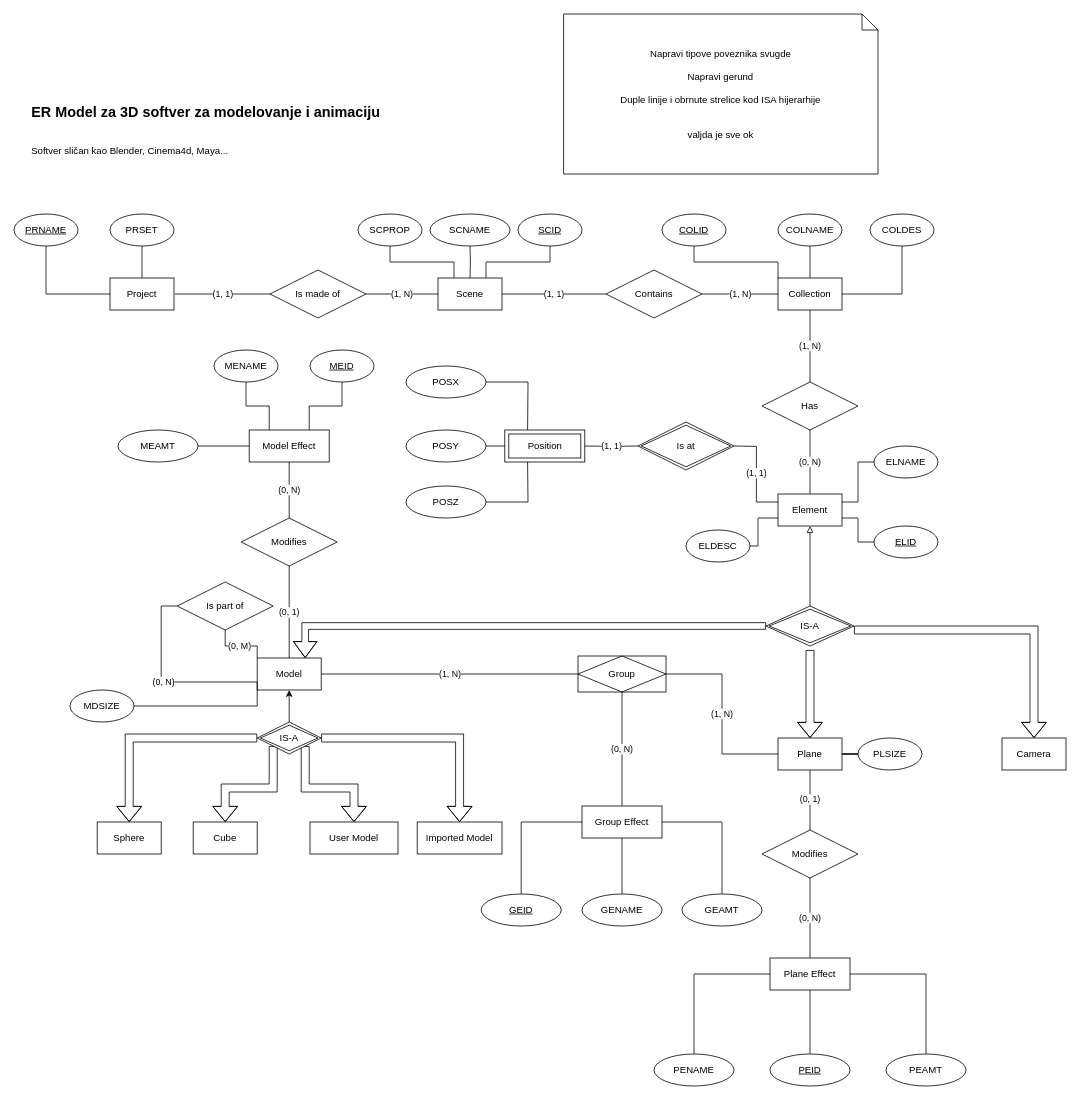
This is 3d_Softw_ER_Model.drawio from Ikkjo/3d-modeling-db, a draw.io file, before an edit. Source tidied: cells renumbered, new cells numbered last; positions are measured from the earlier drawing's top-left corner, leaving out a move shared by most shapes. Both pictures are drawn from the tidied source at 80%, with x=0, y=0 at pixel (14, 14).
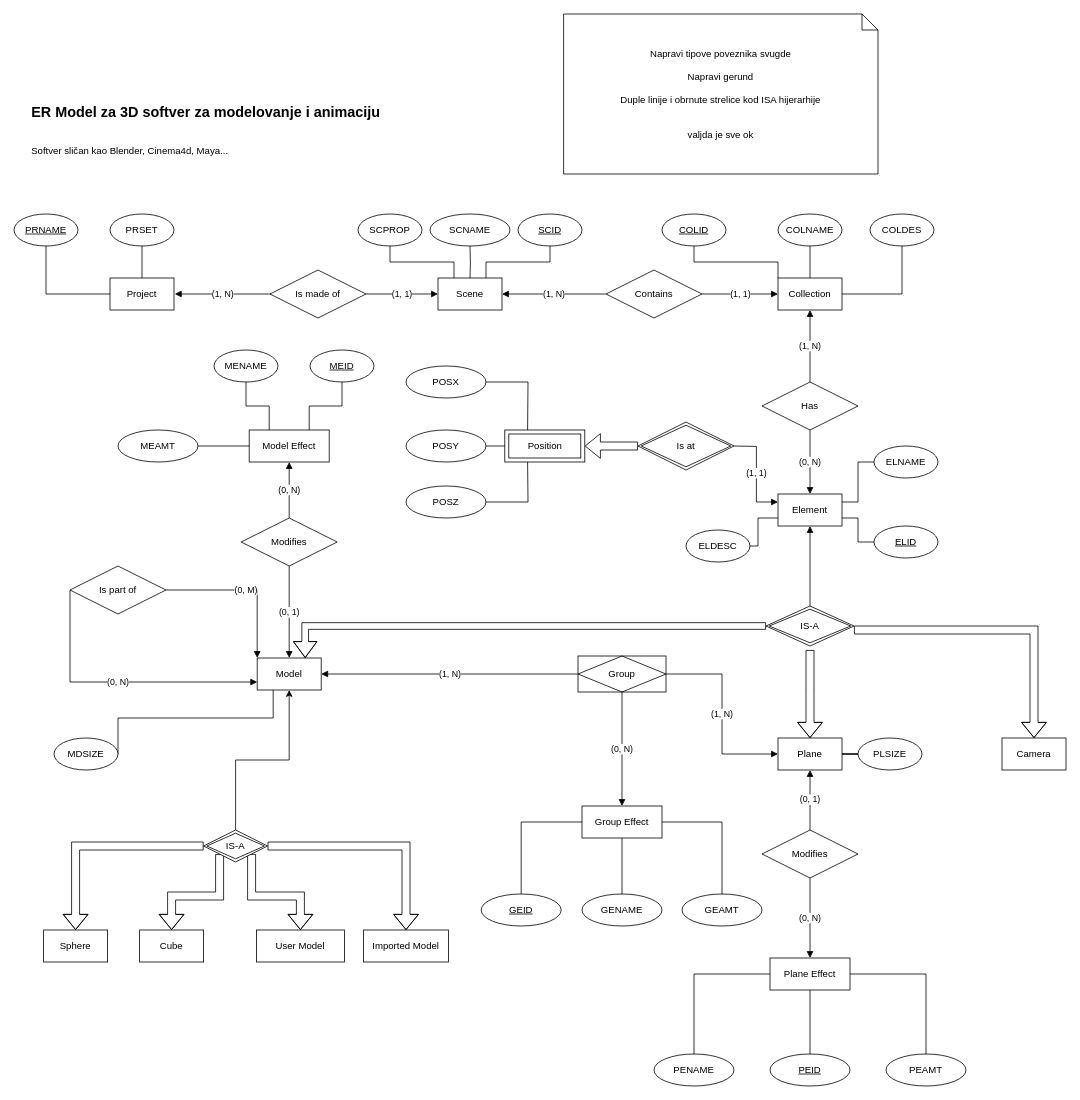
The same diagram, later.

The change refers to these unchanged cells:
```xml
<mxCell id="6" value="Scene" style="whiteSpace=wrap;html=1;align=center;" parent="1" vertex="1">
  <mxGeometry x="530" y="330" width="80" height="40" as="geometry" />
</mxCell>
<mxCell id="16" value="Model" style="whiteSpace=wrap;html=1;align=center;" parent="1" vertex="1">
  <mxGeometry x="304" y="805" width="80" height="40" as="geometry" />
</mxCell>
<mxCell id="36" value="Plane" style="whiteSpace=wrap;html=1;align=center;" parent="1" vertex="1">
  <mxGeometry x="955" y="905" width="80" height="40" as="geometry" />
</mxCell>
<mxCell id="39" value="Collection" style="whiteSpace=wrap;html=1;align=center;" parent="1" vertex="1">
  <mxGeometry x="955" y="330" width="80" height="40" as="geometry" />
</mxCell>
<mxCell id="41" value="Element" style="whiteSpace=wrap;html=1;align=center;" parent="1" vertex="1">
  <mxGeometry x="955" y="600" width="80" height="40" as="geometry" />
</mxCell>
<mxCell id="45" value="&lt;div&gt;IS-A&lt;/div&gt;" style="shape=rhombus;double=1;perimeter=rhombusPerimeter;whiteSpace=wrap;html=1;align=center;" parent="1" vertex="1">
  <mxGeometry x="940" y="740" width="110" height="50" as="geometry" />
</mxCell>
<mxCell id="50" value="Is made of" style="shape=rhombus;perimeter=rhombusPerimeter;whiteSpace=wrap;html=1;align=center;" parent="1" vertex="1">
  <mxGeometry x="320" y="320" width="120" height="60" as="geometry" />
</mxCell>
<mxCell id="52" value="Contains" style="shape=rhombus;perimeter=rhombusPerimeter;whiteSpace=wrap;html=1;align=center;" parent="1" vertex="1">
  <mxGeometry x="740" y="320" width="120" height="60" as="geometry" />
</mxCell>
<mxCell id="53" value="Has" style="shape=rhombus;perimeter=rhombusPerimeter;whiteSpace=wrap;html=1;align=center;" parent="1" vertex="1">
  <mxGeometry x="935" y="460" width="120" height="60" as="geometry" />
</mxCell>
<mxCell id="59" value="Group Effect" style="whiteSpace=wrap;html=1;align=center;" parent="1" vertex="1">
  <mxGeometry x="710" y="990" width="100" height="40" as="geometry" />
</mxCell>
<mxCell id="61" value="Group" style="shape=associativeEntity;whiteSpace=wrap;html=1;align=center;" parent="1" vertex="1">
  <mxGeometry x="705" y="802.5" width="110" height="45" as="geometry" />
</mxCell>
<mxCell id="63" value="Plane Effect" style="whiteSpace=wrap;html=1;align=center;" parent="1" vertex="1">
  <mxGeometry x="945" y="1180" width="100" height="40" as="geometry" />
</mxCell>
<mxCell id="64" value="Model Effect" style="whiteSpace=wrap;html=1;align=center;" parent="1" vertex="1">
  <mxGeometry x="294" y="520" width="100" height="40" as="geometry" />
</mxCell>
<mxCell id="67" value="Modifies" style="shape=rhombus;perimeter=rhombusPerimeter;whiteSpace=wrap;html=1;align=center;" parent="1" vertex="1">
  <mxGeometry x="284" y="630" width="120" height="60" as="geometry" />
</mxCell>
<mxCell id="69" value="Modifies" style="shape=rhombus;perimeter=rhombusPerimeter;whiteSpace=wrap;html=1;align=center;" parent="1" vertex="1">
  <mxGeometry x="935" y="1020" width="120" height="60" as="geometry" />
</mxCell>
<mxCell id="91" value="Position" style="shape=ext;margin=3;double=1;whiteSpace=wrap;html=1;align=center;" parent="1" vertex="1">
  <mxGeometry x="613.5" y="520" width="100" height="40" as="geometry" />
</mxCell>
<mxCell id="104" value="Is at" style="shape=rhombus;double=1;perimeter=rhombusPerimeter;whiteSpace=wrap;html=1;align=center;" parent="1" vertex="1">
  <mxGeometry x="780" y="510" width="120" height="60" as="geometry" />
</mxCell>
```

The edit, as a diff of the source:
```diff
@@
-    <mxCell id="4" value="(1, N)" style="edgeStyle=orthogonalEdgeStyle;rounded=0;jettySize=auto;html=1;exitX=0;exitY=0.5;exitDx=0;exitDy=0;entryX=1;entryY=0.5;entryDx=0;entryDy=0;endArrow=none;endFill=0;" parent="1" edge="1" source="6" target="50">
+    <mxCell id="4" value="(1, 1)" style="edgeStyle=orthogonalEdgeStyle;rounded=0;jettySize=auto;html=1;exitX=0;exitY=0.5;exitDx=0;exitDy=0;entryX=1;entryY=0.5;entryDx=0;entryDy=0;endArrow=none;endFill=0;startArrow=block;startFill=1;" parent="1" edge="1" source="6" target="50">
       <mxGeometry relative="1" as="geometry">
         <Array as="points">
           <mxPoint x="490" y="350" />
           <mxPoint x="490" y="350" />
         </Array>
       </mxGeometry>
     </mxCell>
-    <mxCell id="5" value="(1, 1)" style="edgeStyle=orthogonalEdgeStyle;rounded=0;jettySize=auto;html=1;exitX=1;exitY=0.5;exitDx=0;exitDy=0;entryX=0;entryY=0.5;entryDx=0;entryDy=0;endArrow=none;endFill=0;" parent="1" edge="1" source="6" target="52">
+    <mxCell id="5" value="(1, N)" style="edgeStyle=orthogonalEdgeStyle;rounded=0;jettySize=auto;html=1;exitX=1;exitY=0.5;exitDx=0;exitDy=0;entryX=0;entryY=0.5;entryDx=0;entryDy=0;endArrow=none;endFill=0;startArrow=block;startFill=1;" parent="1" edge="1" source="6" target="52">
       <mxGeometry relative="1" as="geometry" />
     </mxCell>
@@
-    <mxCell id="7" value="(1, 1)" style="edgeStyle=orthogonalEdgeStyle;rounded=0;orthogonalLoop=1;jettySize=auto;html=1;exitX=1;exitY=0.5;exitDx=0;exitDy=0;endArrow=none;endFill=0;entryX=0;entryY=0.5;entryDx=0;entryDy=0;" parent="1" edge="1">
+    <mxCell id="7" value="(1, N)" style="edgeStyle=orthogonalEdgeStyle;rounded=0;orthogonalLoop=1;jettySize=auto;html=1;exitX=1;exitY=0.5;exitDx=0;exitDy=0;endArrow=none;endFill=0;entryX=0;entryY=0.5;entryDx=0;entryDy=0;startArrow=block;startFill=1;" parent="1" edge="1">
       <mxGeometry relative="1" as="geometry">
         <mxPoint x="201" y="350" as="sourcePoint" />
         <mxPoint x="321" y="350" as="targetPoint" />
       </mxGeometry>
     </mxCell>
@@
-    <mxCell id="15" value="(1, N)" style="edgeStyle=orthogonalEdgeStyle;rounded=0;jettySize=auto;html=1;exitX=1;exitY=0.5;exitDx=0;exitDy=0;entryX=0;entryY=0.5;entryDx=0;entryDy=0;startArrow=none;startFill=0;endArrow=none;endFill=0;fillColor=none;" parent="1" edge="1" source="16" target="61">
+    <mxCell id="15" value="(1, N)" style="edgeStyle=orthogonalEdgeStyle;rounded=0;jettySize=auto;html=1;exitX=1;exitY=0.5;exitDx=0;exitDy=0;entryX=0;entryY=0.5;entryDx=0;entryDy=0;startArrow=block;startFill=1;endArrow=none;endFill=0;fillColor=none;" parent="1" edge="1" source="16" target="61">
       <mxGeometry relative="1" as="geometry" />
     </mxCell>
@@
     <mxCell id="17" value="Sphere" style="whiteSpace=wrap;html=1;align=center;imageWidth=30;imageHeight=30;" parent="1" vertex="1">
-      <mxGeometry x="104" y="1010" width="80" height="40" as="geometry" />
+      <mxGeometry x="37" y="1145" width="80" height="40" as="geometry" />
     </mxCell>
     <mxCell id="18" value="Cube" style="whiteSpace=wrap;html=1;align=center;imageWidth=30;imageHeight=30;" parent="1" vertex="1">
-      <mxGeometry x="224" y="1010" width="80" height="40" as="geometry" />
+      <mxGeometry x="157" y="1145" width="80" height="40" as="geometry" />
     </mxCell>
@@
     <mxCell id="23" value="&lt;div&gt;IS-A&lt;/div&gt;" style="shape=rhombus;double=1;perimeter=rhombusPerimeter;whiteSpace=wrap;html=1;align=center;" parent="1" vertex="1">
-      <mxGeometry x="304" y="885" width="80" height="40" as="geometry" />
+      <mxGeometry x="237" y="1020" width="80" height="40" as="geometry" />
     </mxCell>
     <mxCell id="24" value="&lt;div&gt;User Model&lt;/div&gt;" style="whiteSpace=wrap;html=1;align=center;imageWidth=30;imageHeight=30;" parent="1" vertex="1">
-      <mxGeometry x="370" y="1010" width="110" height="40" as="geometry" />
+      <mxGeometry x="303" y="1145" width="110" height="40" as="geometry" />
     </mxCell>
     <mxCell id="25" value="&lt;div&gt;Imported Model&lt;/div&gt;" style="whiteSpace=wrap;html=1;align=center;imageWidth=30;imageHeight=30;" parent="1" vertex="1">
-      <mxGeometry x="504" y="1010" width="106" height="40" as="geometry" />
+      <mxGeometry x="437" y="1145" width="106" height="40" as="geometry" />
     </mxCell>
@@
-    <mxCell id="33" style="edgeStyle=orthogonalEdgeStyle;rounded=0;jettySize=auto;html=1;exitX=1;exitY=0.5;exitDx=0;exitDy=0;entryX=0;entryY=0.75;entryDx=0;entryDy=0;endArrow=none;endFill=0;" parent="1" edge="1" source="34" target="16">
+    <mxCell id="33" style="edgeStyle=orthogonalEdgeStyle;rounded=0;jettySize=auto;html=1;exitX=1;exitY=0.5;exitDx=0;exitDy=0;entryX=0.25;entryY=1;entryDx=0;entryDy=0;startArrow=none;startFill=0;endArrow=none;endFill=0;" parent="1" edge="1" source="34" target="16">
       <mxGeometry relative="1" as="geometry">
         <Array as="points">
-          <mxPoint x="304" y="865" />
+          <mxPoint x="130" y="880" />
+          <mxPoint x="324" y="880" />
         </Array>
       </mxGeometry>
     </mxCell>
     <mxCell id="34" value="MDSIZE" style="ellipse;whiteSpace=wrap;html=1;align=center;" parent="1" vertex="1">
-      <mxGeometry x="70" y="845" width="80" height="40" as="geometry" />
+      <mxGeometry x="50" y="905" width="80" height="40" as="geometry" />
     </mxCell>
@@
-    <mxCell id="37" value="(1, N)" style="edgeStyle=orthogonalEdgeStyle;rounded=0;jettySize=auto;html=1;exitX=0.5;exitY=1;exitDx=0;exitDy=0;endArrow=none;endFill=0;" parent="1" edge="1" source="39" target="53">
+    <mxCell id="37" value="(1, N)" style="edgeStyle=orthogonalEdgeStyle;rounded=0;jettySize=auto;html=1;exitX=0.5;exitY=1;exitDx=0;exitDy=0;endArrow=none;endFill=0;startArrow=block;startFill=1;" parent="1" edge="1" source="39" target="53">
       <mxGeometry relative="1" as="geometry" />
     </mxCell>
@@
-    <mxCell id="40" value="(0, N)" style="edgeStyle=orthogonalEdgeStyle;rounded=0;jettySize=auto;html=1;exitX=0.5;exitY=0;exitDx=0;exitDy=0;entryX=0.5;entryY=1;entryDx=0;entryDy=0;endArrow=none;endFill=0;" parent="1" edge="1" source="41" target="53">
+    <mxCell id="40" value="(0, N)" style="edgeStyle=orthogonalEdgeStyle;rounded=0;jettySize=auto;html=1;exitX=0.5;exitY=0;exitDx=0;exitDy=0;entryX=0.5;entryY=1;entryDx=0;entryDy=0;endArrow=none;endFill=0;startArrow=block;startFill=1;" parent="1" edge="1" source="41" target="53">
       <mxGeometry relative="1" as="geometry" />
     </mxCell>
@@
-    <mxCell id="44" style="edgeStyle=orthogonalEdgeStyle;rounded=0;jettySize=auto;html=1;startArrow=none;startFill=0;endArrow=block;endFill=0;fillColor=none;" parent="1" edge="1" source="45" target="41">
+    <mxCell id="44" style="edgeStyle=orthogonalEdgeStyle;rounded=0;jettySize=auto;html=1;startArrow=none;startFill=0;endArrow=block;endFill=1;fillColor=none;" parent="1" edge="1" source="45" target="41">
       <mxGeometry relative="1" as="geometry" />
     </mxCell>
@@
-    <mxCell id="51" value="(1, N)" style="edgeStyle=orthogonalEdgeStyle;rounded=0;jettySize=auto;html=1;exitX=1;exitY=0.5;exitDx=0;exitDy=0;entryX=0;entryY=0.5;entryDx=0;entryDy=0;endArrow=none;endFill=0;" parent="1" edge="1" source="52" target="39">
+    <mxCell id="51" value="(1, 1)" style="edgeStyle=orthogonalEdgeStyle;rounded=0;jettySize=auto;html=1;exitX=1;exitY=0.5;exitDx=0;exitDy=0;entryX=0;entryY=0.5;entryDx=0;entryDy=0;endArrow=block;endFill=1;startArrow=none;startFill=0;" parent="1" edge="1" source="52" target="39">
       <mxGeometry relative="1" as="geometry" />
     </mxCell>
@@
-    <mxCell id="55" value="(0, N)" style="edgeStyle=orthogonalEdgeStyle;rounded=0;jettySize=auto;html=1;exitX=0;exitY=0.5;exitDx=0;exitDy=0;entryX=0;entryY=0.75;entryDx=0;entryDy=0;startArrow=none;startFill=0;endArrow=none;endFill=0;fillColor=none;" parent="1" edge="1" source="57" target="16">
-      <mxGeometry relative="1" as="geometry" />
+    <mxCell id="55" value="(0, N)" style="edgeStyle=orthogonalEdgeStyle;rounded=0;jettySize=auto;html=1;exitX=0;exitY=0.5;exitDx=0;exitDy=0;entryX=0;entryY=0.75;entryDx=0;entryDy=0;startArrow=none;startFill=0;endArrow=block;endFill=1;fillColor=none;" parent="1" edge="1" source="57" target="16">
+      <mxGeometry relative="1" as="geometry">
+        <Array as="points">
+          <mxPoint x="70" y="730" />
+          <mxPoint x="70" y="835" />
+        </Array>
+      </mxGeometry>
     </mxCell>
-    <mxCell id="56" value="(0, M)" style="edgeStyle=orthogonalEdgeStyle;rounded=0;jettySize=auto;html=1;exitX=0.5;exitY=1;exitDx=0;exitDy=0;entryX=0;entryY=0;entryDx=0;entryDy=0;startArrow=none;startFill=0;endArrow=none;endFill=0;fillColor=none;" parent="1" edge="1" source="57" target="16">
+    <mxCell id="56" value="&lt;div&gt;(0, M)&lt;/div&gt;" style="edgeStyle=orthogonalEdgeStyle;rounded=0;jettySize=auto;html=1;exitX=1;exitY=0.5;exitDx=0;exitDy=0;entryX=0;entryY=0;entryDx=0;entryDy=0;startArrow=none;startFill=0;endArrow=block;endFill=1;" parent="1" edge="1" source="57" target="16">
       <mxGeometry relative="1" as="geometry" />
     </mxCell>
     <mxCell id="57" value="Is part of" style="shape=rhombus;perimeter=rhombusPerimeter;whiteSpace=wrap;html=1;align=center;" parent="1" vertex="1">
-      <mxGeometry x="204" y="710" width="120" height="60" as="geometry" />
+      <mxGeometry x="70" y="690" width="120" height="60" as="geometry" />
     </mxCell>
-    <mxCell id="58" value="(0, N)" style="edgeStyle=orthogonalEdgeStyle;rounded=0;jettySize=auto;html=1;exitX=0.5;exitY=0;exitDx=0;exitDy=0;entryX=0.5;entryY=1;entryDx=0;entryDy=0;startArrow=none;startFill=0;endArrow=none;endFill=0;fillColor=none;" parent="1" edge="1" source="59" target="61">
+    <mxCell id="58" value="(0, N)" style="edgeStyle=orthogonalEdgeStyle;rounded=0;jettySize=auto;html=1;exitX=0.5;exitY=0;exitDx=0;exitDy=0;entryX=0.5;entryY=1;entryDx=0;entryDy=0;startArrow=block;startFill=1;endArrow=none;endFill=0;fillColor=none;" parent="1" edge="1" source="59" target="61">
       <mxGeometry relative="1" as="geometry" />
     </mxCell>
@@
-    <mxCell id="60" value="(1, N)" style="edgeStyle=orthogonalEdgeStyle;rounded=0;jettySize=auto;html=1;exitX=1;exitY=0.5;exitDx=0;exitDy=0;entryX=0;entryY=0.5;entryDx=0;entryDy=0;startArrow=none;startFill=0;endArrow=none;endFill=0;fillColor=none;" parent="1" edge="1" source="61" target="36">
+    <mxCell id="60" value="(1, N)" style="edgeStyle=orthogonalEdgeStyle;rounded=0;jettySize=auto;html=1;exitX=1;exitY=0.5;exitDx=0;exitDy=0;entryX=0;entryY=0.5;entryDx=0;entryDy=0;startArrow=none;startFill=0;endArrow=block;endFill=1;fillColor=none;" parent="1" edge="1" source="61" target="36">
       <mxGeometry relative="1" as="geometry" />
     </mxCell>
@@
-    <mxCell id="62" value="(0, N)" style="edgeStyle=orthogonalEdgeStyle;rounded=0;jettySize=auto;html=1;exitX=0.5;exitY=0;exitDx=0;exitDy=0;entryX=0.5;entryY=1;entryDx=0;entryDy=0;startArrow=none;startFill=0;endArrow=none;endFill=0;fillColor=none;" parent="1" edge="1" source="63" target="69">
+    <mxCell id="62" value="(0, N)" style="edgeStyle=orthogonalEdgeStyle;rounded=0;jettySize=auto;html=1;exitX=0.5;exitY=0;exitDx=0;exitDy=0;entryX=0.5;entryY=1;entryDx=0;entryDy=0;startArrow=block;startFill=1;endArrow=none;endFill=0;fillColor=none;" parent="1" edge="1" source="63" target="69">
       <mxGeometry relative="1" as="geometry" />
     </mxCell>
@@
-    <mxCell id="65" value="(0, N)" style="edgeStyle=orthogonalEdgeStyle;rounded=0;jettySize=auto;html=1;exitX=0.5;exitY=0;exitDx=0;exitDy=0;entryX=0.5;entryY=1;entryDx=0;entryDy=0;startArrow=none;startFill=0;endArrow=none;endFill=0;fillColor=none;" parent="1" edge="1" source="67" target="64">
+    <mxCell id="65" value="(0, N)" style="edgeStyle=orthogonalEdgeStyle;rounded=0;jettySize=auto;html=1;exitX=0.5;exitY=0;exitDx=0;exitDy=0;entryX=0.5;entryY=1;entryDx=0;entryDy=0;startArrow=none;startFill=0;endArrow=block;endFill=1;fillColor=none;" parent="1" edge="1" source="67" target="64">
       <mxGeometry relative="1" as="geometry" />
     </mxCell>
-    <mxCell id="66" value="(0, 1)" style="edgeStyle=orthogonalEdgeStyle;rounded=0;jettySize=auto;html=1;exitX=0.5;exitY=1;exitDx=0;exitDy=0;entryX=0.5;entryY=0;entryDx=0;entryDy=0;startArrow=none;startFill=0;endArrow=none;endFill=0;fillColor=none;" parent="1" edge="1" source="67" target="16">
+    <mxCell id="66" value="(0, 1)" style="edgeStyle=orthogonalEdgeStyle;rounded=0;jettySize=auto;html=1;exitX=0.5;exitY=1;exitDx=0;exitDy=0;entryX=0.5;entryY=0;entryDx=0;entryDy=0;startArrow=none;startFill=0;endArrow=block;endFill=1;fillColor=none;" parent="1" edge="1" source="67" target="16">
       <mxGeometry relative="1" as="geometry" />
     </mxCell>
@@
-    <mxCell id="68" value="(0, 1)" style="edgeStyle=orthogonalEdgeStyle;rounded=0;jettySize=auto;html=1;exitX=0.5;exitY=0;exitDx=0;exitDy=0;entryX=0.5;entryY=1;entryDx=0;entryDy=0;startArrow=none;startFill=0;endArrow=none;endFill=0;fillColor=none;" parent="1" edge="1" source="69" target="36">
+    <mxCell id="68" value="(0, 1)" style="edgeStyle=orthogonalEdgeStyle;rounded=0;jettySize=auto;html=1;exitX=0.5;exitY=0;exitDx=0;exitDy=0;entryX=0.5;entryY=1;entryDx=0;entryDy=0;startArrow=none;startFill=0;endArrow=block;endFill=1;fillColor=none;" parent="1" edge="1" source="69" target="36">
       <mxGeometry relative="1" as="geometry" />
     </mxCell>
@@
-    <mxCell id="92" value="(1, 1)" style="edgeStyle=orthogonalEdgeStyle;rounded=0;jettySize=auto;html=1;exitX=0;exitY=0.5;exitDx=0;exitDy=0;startArrow=none;startFill=0;endArrow=none;endFill=0;" parent="1" edge="1" target="91">
-      <mxGeometry relative="1" as="geometry">
-        <mxPoint x="780" y="540" as="sourcePoint" />
-      </mxGeometry>
-    </mxCell>
-    <mxCell id="93" value="(1, 1)" style="edgeStyle=orthogonalEdgeStyle;rounded=0;jettySize=auto;html=1;exitX=1;exitY=0.5;exitDx=0;exitDy=0;entryX=0;entryY=0.25;entryDx=0;entryDy=0;startArrow=none;startFill=0;endArrow=none;endFill=0;" parent="1" edge="1" target="41">
+    <mxCell id="93" value="(1, 1)" style="edgeStyle=orthogonalEdgeStyle;rounded=0;jettySize=auto;html=1;exitX=1;exitY=0.5;exitDx=0;exitDy=0;entryX=0;entryY=0.25;entryDx=0;entryDy=0;startArrow=none;startFill=0;endArrow=block;endFill=1;" parent="1" edge="1" target="41">
       <mxGeometry relative="1" as="geometry">
         <mxPoint x="900" y="540" as="sourcePoint" />
       </mxGeometry>
     </mxCell>
@@
+    <mxCell id="105" style="edgeStyle=orthogonalEdgeStyle;shape=flexArrow;rounded=0;jettySize=auto;html=1;exitX=0;exitY=0.5;exitDx=0;exitDy=0;entryX=1;entryY=0.5;entryDx=0;entryDy=0;startArrow=none;startFill=0;endArrow=block;endFill=1;" parent="1" edge="1" source="104" target="91">
+      <mxGeometry relative="1" as="geometry" />
+    </mxCell>
```
